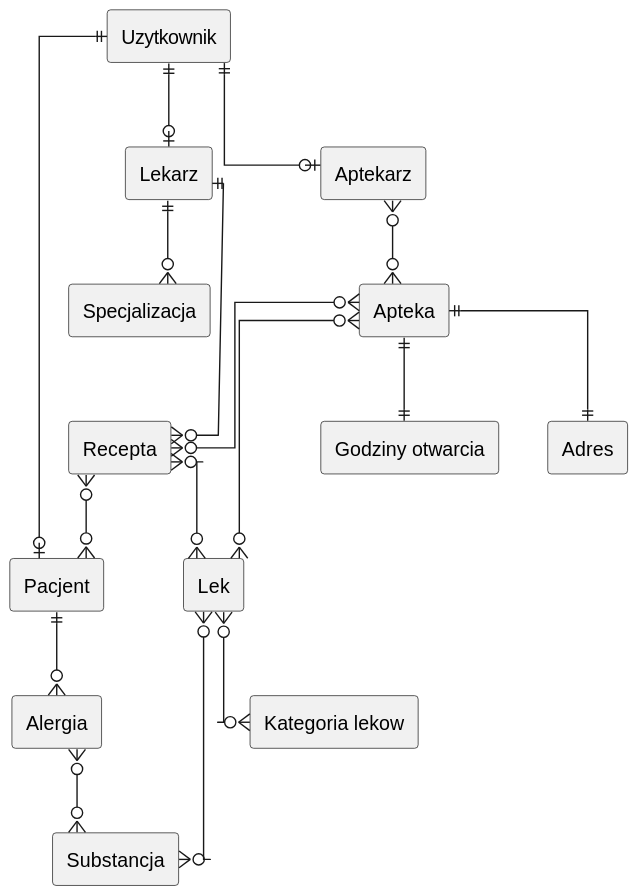
vburmus/database-design keeps this PlantUML diagram as diagram.svg. Above is the earlier version. Its diagram source:
```plantuml
@startuml
skinparam linetype ortho

rectangle "Pacjent" as pacjent {
}

rectangle "Lekarz" as lekarz {
}

rectangle "Lek" as lek {
}

rectangle "Substancja" as substancja {
}

rectangle "Apteka" as apteka {
}

rectangle "Aptekarz" as aptekarz {
}

rectangle "Specjalizacja" as specjalizacja {
}

rectangle "Recepta" as recepta {
}

rectangle "Alergia" as alergia {
}

rectangle "Dawkowanie" as substancja {
}

rectangle "Uzytkownik" as uĹĽytkownik {
}


rectangle "Godziny otwarcia" as godziny_otwarcia {
}

rectangle "Kategoria lekow" as kategoria_lekow {
}

rectangle "Adres" as adres {
}


apteka }o--o{ lek
uĹĽytkownik ||--o| pacjent
uĹĽytkownik ||--o| lekarz
uĹĽytkownik ||--o| aptekarz
apteka }o--o{ recepta
lekarz ||--o{ specjalizacja
pacjent ||--o{ alergia
lekarz ||--o{ recepta
recepta }o--o{ pacjent
recepta }o--o{ lek
lek }o--o{ substancja
lek }o--o{ kategoria_lekow
apteka ||--|| adres
apteka ||--|| godziny_otwarcia
aptekarz }o--o{ apteka
alergia }o--o{ substancja
@enduml
```
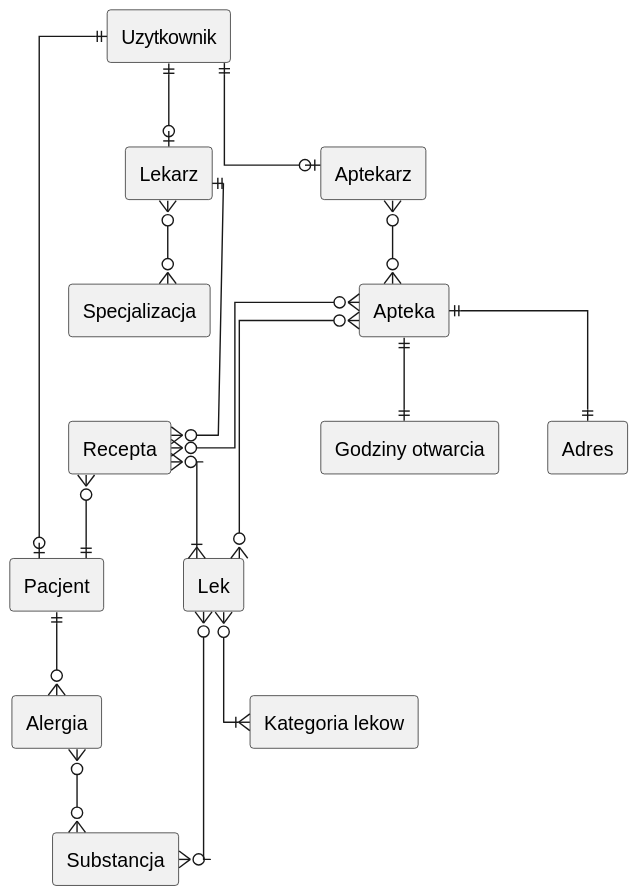
Above is the later version.

Diff of the diagram source:
```diff
@@ -50,13 +50,13 @@
 uĹĽytkownik ||--o| lekarz
 uĹĽytkownik ||--o| aptekarz
 apteka }o--o{ recepta
-lekarz ||--o{ specjalizacja
+lekarz }o--o{ specjalizacja
 pacjent ||--o{ alergia
 lekarz ||--o{ recepta
-recepta }o--o{ pacjent
-recepta }o--o{ lek
+recepta }o--|| pacjent
+recepta }o--|{ lek
 lek }o--o{ substancja
-lek }o--o{ kategoria_lekow
+lek }o--|{ kategoria_lekow
 apteka ||--|| adres
 apteka ||--|| godziny_otwarcia
 aptekarz }o--o{ apteka
```
